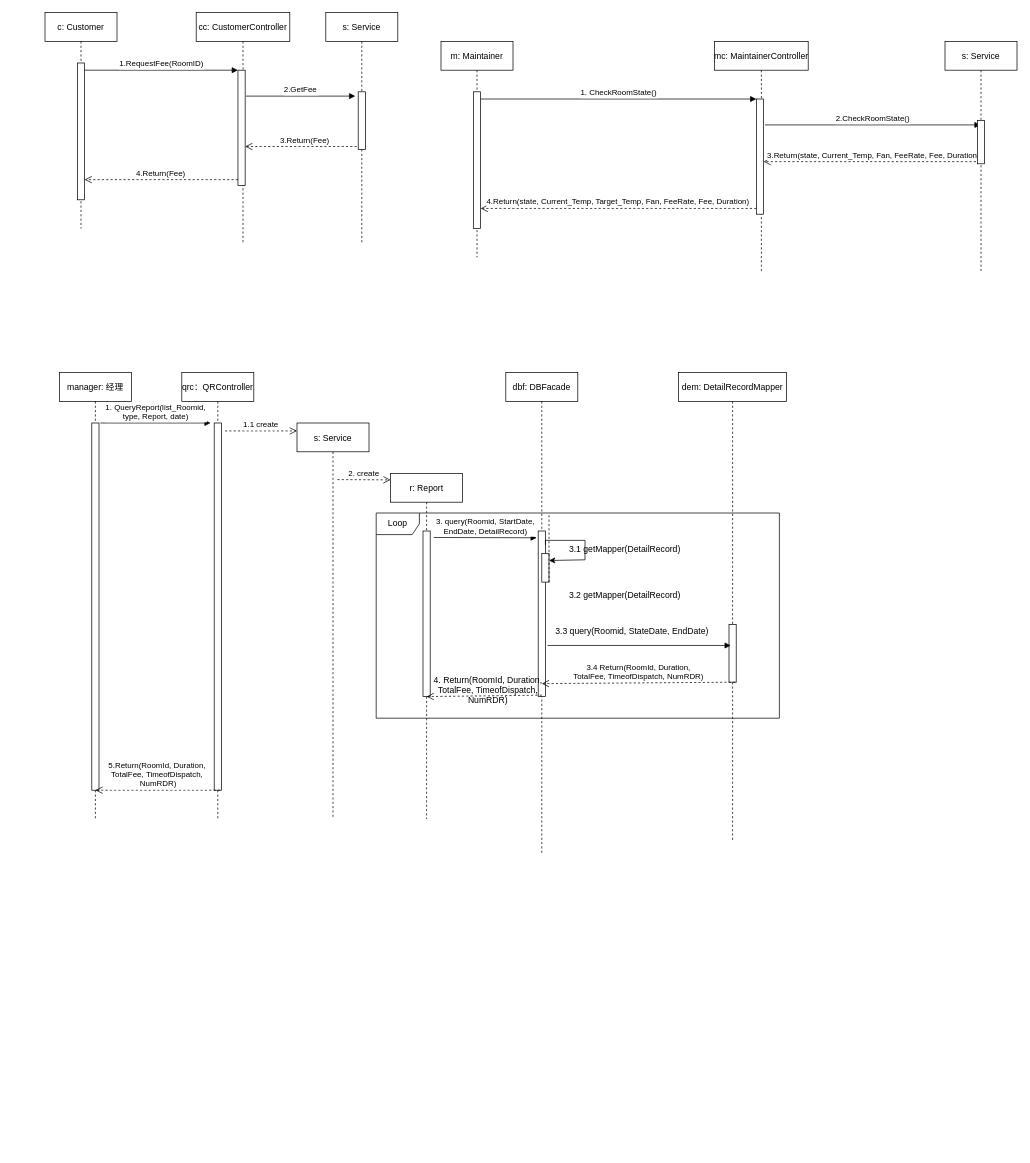
Above: 未命名绘图.drawio in sunxh0529/Fun-Cathy (draw.io), before the change. Source tidied: cells renumbered, new cells numbered last; positions are measured from the earlier drawing's top-left corner, leaving out a move shared by most shapes. Both pictures are drawn from the tidied source at 72%, with x=0, y=0 at pixel (45, 12).
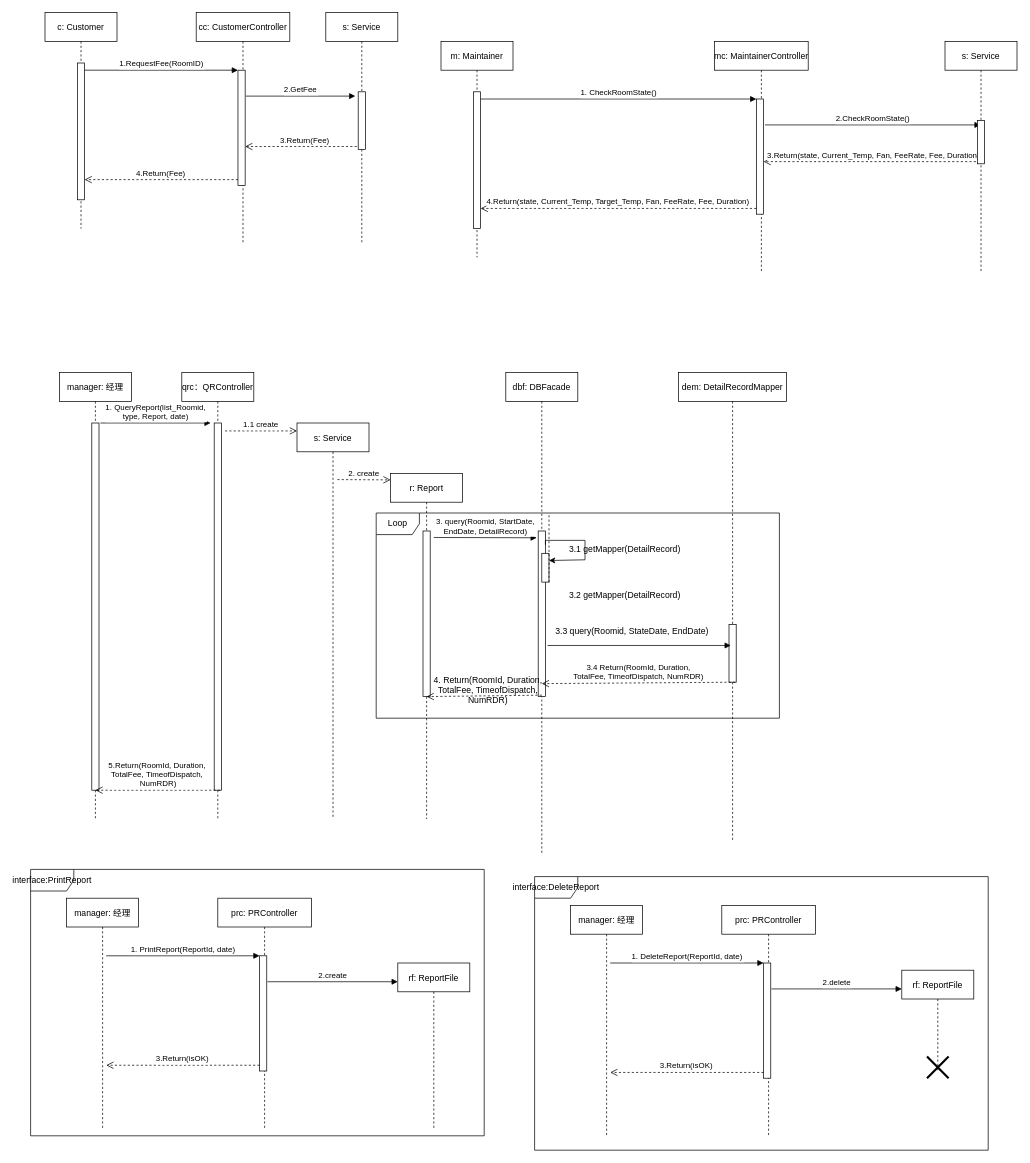
The same diagram, later.

Commit message:
软件工程-4-动态分析.drawio

What changed in the source:
```diff
@@
+    <mxCell id="49" value="manager: 经理" style="shape=umlLifeline;perimeter=lifelinePerimeter;rounded=0;shadow=0;strokeWidth=1;" parent="1" vertex="1">
+      <mxGeometry x="30" y="1230" width="100" height="320" as="geometry" />
+    </mxCell>
+    <mxCell id="50" value="prc: PRController" style="shape=umlLifeline;perimeter=lifelinePerimeter;rounded=0;shadow=0;strokeWidth=1;" parent="1" vertex="1">
+      <mxGeometry x="240" y="1230" width="130" height="320" as="geometry" />
+    </mxCell>
+    <mxCell id="51" style="points=[];perimeter=orthogonalPerimeter;rounded=0;shadow=0;strokeWidth=1;" parent="50" vertex="1">
+      <mxGeometry x="58" y="80" width="10" height="160" as="geometry" />
+    </mxCell>
+    <mxCell id="52" value="3.Return(isOK)" style="verticalAlign=bottom;endArrow=open;dashed=1;endSize=8;exitX=0;exitY=0.95;shadow=0;strokeWidth=1;" parent="1" edge="1" source="51">
+      <mxGeometry relative="1" as="geometry">
+        <mxPoint x="85" y="1462" as="targetPoint" />
+      </mxGeometry>
+    </mxCell>
+    <mxCell id="53" value="1. PrintReport(ReportId, date)" style="verticalAlign=bottom;endArrow=block;entryX=0;entryY=0;shadow=0;strokeWidth=1;" parent="1" edge="1" target="51">
+      <mxGeometry relative="1" as="geometry">
+        <mxPoint x="85" y="1310" as="sourcePoint" />
+      </mxGeometry>
+    </mxCell>
+    <mxCell id="54" value="2.create" style="verticalAlign=bottom;endArrow=block;shadow=0;strokeWidth=1;" parent="1" edge="1">
+      <mxGeometry relative="1" as="geometry">
+        <mxPoint x="309" y="1346" as="sourcePoint" />
+        <mxPoint x="490" y="1346" as="targetPoint" />
+      </mxGeometry>
+    </mxCell>
+    <mxCell id="55" value="rf: ReportFile" style="shape=umlLifeline;perimeter=lifelinePerimeter;rounded=0;shadow=0;strokeWidth=1;" parent="1" vertex="1">
+      <mxGeometry x="490" y="1320" width="100" height="230" as="geometry" />
+    </mxCell>
+    <mxCell id="56" value="interface:PrintReport" style="shape=umlFrame;whiteSpace=wrap;html=1;" parent="1" vertex="1">
+      <mxGeometry x="-20" y="1190" width="630" height="370" as="geometry" />
+    </mxCell>
+    <mxCell id="57" value="manager: 经理" style="shape=umlLifeline;perimeter=lifelinePerimeter;rounded=0;shadow=0;strokeWidth=1;" parent="1" vertex="1">
+      <mxGeometry x="730" y="1240" width="100" height="320" as="geometry" />
+    </mxCell>
+    <mxCell id="58" value="prc: PRController" style="shape=umlLifeline;perimeter=lifelinePerimeter;rounded=0;shadow=0;strokeWidth=1;" parent="1" vertex="1">
+      <mxGeometry x="940" y="1240" width="130" height="320" as="geometry" />
+    </mxCell>
+    <mxCell id="59" style="points=[];perimeter=orthogonalPerimeter;rounded=0;shadow=0;strokeWidth=1;" parent="58" vertex="1">
+      <mxGeometry x="58" y="80" width="10" height="160" as="geometry" />
+    </mxCell>
+    <mxCell id="60" value="3.Return(isOK)" style="verticalAlign=bottom;endArrow=open;dashed=1;endSize=8;exitX=0;exitY=0.95;shadow=0;strokeWidth=1;" parent="1" edge="1" source="59">
+      <mxGeometry relative="1" as="geometry">
+        <mxPoint x="785" y="1472" as="targetPoint" />
+      </mxGeometry>
+    </mxCell>
+    <mxCell id="61" value="1. DeleteReport(ReportId, date)" style="verticalAlign=bottom;endArrow=block;entryX=0;entryY=0;shadow=0;strokeWidth=1;" parent="1" edge="1" target="59">
+      <mxGeometry relative="1" as="geometry">
+        <mxPoint x="785" y="1320" as="sourcePoint" />
+      </mxGeometry>
+    </mxCell>
+    <mxCell id="62" value="2.delete" style="verticalAlign=bottom;endArrow=block;shadow=0;strokeWidth=1;" parent="1" edge="1">
+      <mxGeometry relative="1" as="geometry">
+        <mxPoint x="1009" y="1356" as="sourcePoint" />
+        <mxPoint x="1190" y="1356" as="targetPoint" />
+      </mxGeometry>
+    </mxCell>
+    <mxCell id="63" value="rf: ReportFile" style="shape=umlLifeline;perimeter=lifelinePerimeter;rounded=0;shadow=0;strokeWidth=1;" parent="1" vertex="1">
+      <mxGeometry x="1190" y="1330" width="100" height="139" as="geometry" />
+    </mxCell>
+    <mxCell id="64" style="shape=umlDestroy;whiteSpace=wrap;html=1;strokeWidth=3;" parent="63" vertex="1">
+      <mxGeometry x="35" y="120" width="30" height="30" as="geometry" />
+    </mxCell>
+    <mxCell id="65" value="interface:DeleteReport" style="shape=umlFrame;whiteSpace=wrap;html=1;" parent="1" vertex="1">
+      <mxGeometry x="680" y="1200" width="630" height="380" as="geometry" />
+    </mxCell>
```
